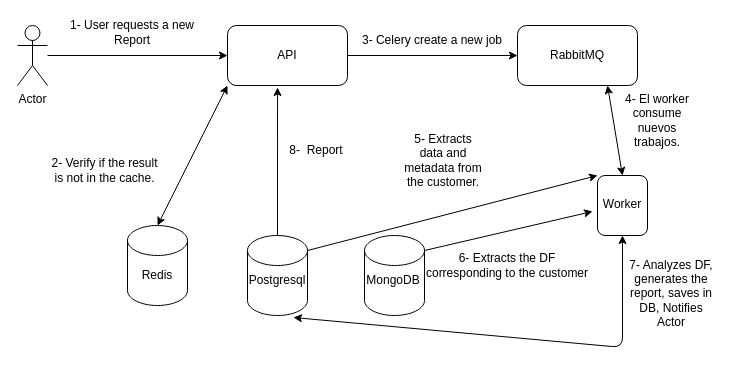
Earlier version of the draw.io diagram page "user-request" (2 of 2) of core.drawio (chrismedinapy/backend). Source tidied: cells renumbered, new cells numbered last; positions are measured from the earlier drawing's top-left corner, leaving out a move shared by most shapes. Both pictures are drawn from the tidied source at 100%, with x=0, y=0 at pixel (17, 17).
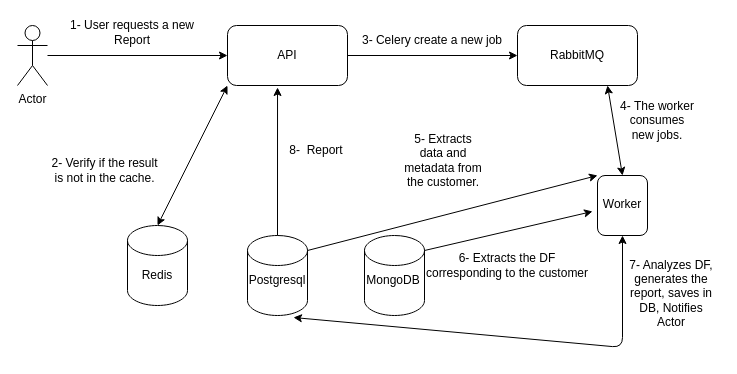
After the change.

What changed in the source:
```diff
@@
-    <mxCell id="20" value="4- El worker consume nuevos trabajos." style="text;html=1;strokeColor=none;fillColor=none;align=center;verticalAlign=middle;whiteSpace=wrap;rounded=0;" parent="1" vertex="1">
+    <mxCell id="20" value="4- The worker consumes new jobs." style="text;html=1;strokeColor=none;fillColor=none;align=center;verticalAlign=middle;whiteSpace=wrap;rounded=0;" parent="1" vertex="1">
       <mxGeometry x="600" y="78" width="80" height="50" as="geometry" />
     </mxCell>
```
